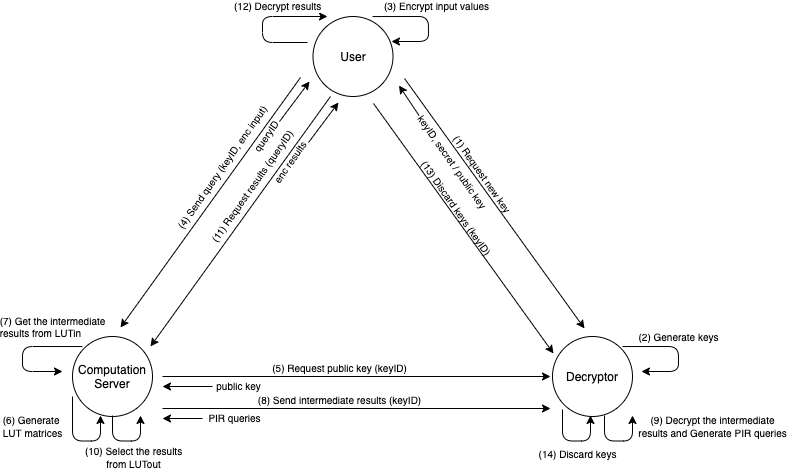
Before: doc/spec-ja/source/images/fhetbl_design-flow.png, a diagram exported from draw.io (iihiro/FHE-Table-Search). Source tidied: cells renumbered, new cells last; positions are measured from the earlier drawing's top-left corner, leaving out a move shared by most shapes.
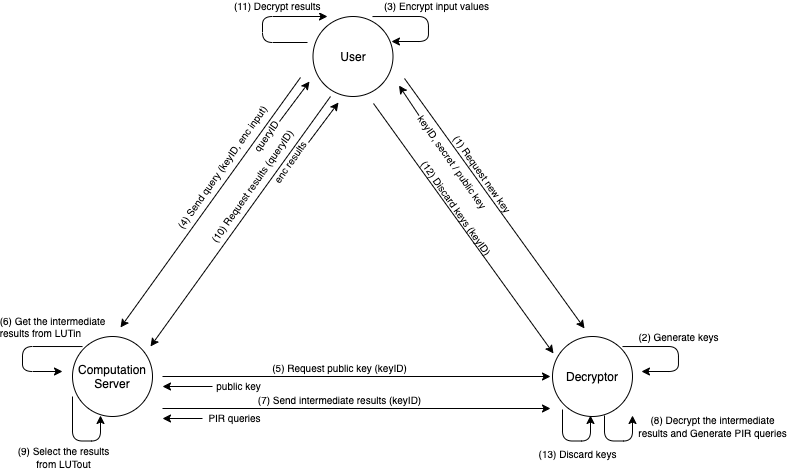
After the commit.

What changed in the source:
```diff
@@ -44,7 +44,7 @@
         <mxPoint x="-4.8" y="-16.1" as="offset" />
       </mxGeometry>
     </mxCell>
-    <mxCell id="9" value="&lt;div style=&quot;text-align: left ; font-size: 10px&quot;&gt;(7) Get the intermediate&lt;/div&gt;&lt;div style=&quot;text-align: left ; font-size: 10px&quot;&gt;results from LUTin&lt;/div&gt;" style="endArrow=classic;html=1;exitX=0.763;exitY=0.063;exitDx=0;exitDy=0;strokeColor=#000000;fontColor=#000000;exitPerimeter=0;labelBackgroundColor=none;" parent="1" edge="1">
+    <mxCell id="9" value="&lt;div style=&quot;text-align: left ; font-size: 10px&quot;&gt;(6) Get the intermediate&lt;/div&gt;&lt;div style=&quot;text-align: left ; font-size: 10px&quot;&gt;results from LUTin&lt;/div&gt;" style="endArrow=classic;html=1;exitX=0.763;exitY=0.063;exitDx=0;exitDy=0;strokeColor=#000000;fontColor=#000000;exitPerimeter=0;labelBackgroundColor=none;" parent="1" edge="1">
       <mxGeometry x="-0.52" y="-20" relative="1" as="geometry">
         <mxPoint x="60" y="330" as="sourcePoint" />
         <mxPoint x="40" y="355" as="targetPoint" />
@@ -82,12 +82,12 @@
         <mxPoint x="528" y="392" as="targetPoint" />
       </mxGeometry>
     </mxCell>
-    <mxCell id="15" value="&lt;font style=&quot;font-size: 10px&quot;&gt;(8) Send intermediate results (keyID)&lt;/font&gt;" style="text;html=1;align=center;verticalAlign=middle;labelBackgroundColor=#ffffff;" parent="14" vertex="1">
+    <mxCell id="15" value="&lt;font style=&quot;font-size: 10px&quot;&gt;(7) Send intermediate results (keyID)&lt;/font&gt;" style="text;html=1;align=center;verticalAlign=middle;labelBackgroundColor=#ffffff;" parent="14" vertex="1">
       <mxGeometry x="-0.15" relative="1" as="geometry">
         <mxPoint x="11" y="-10" as="offset" />
       </mxGeometry>
     </mxCell>
-    <mxCell id="16" value="&lt;span style=&quot;font-size: 9px&quot;&gt;(14) Discard keys&lt;br&gt;&lt;/span&gt;" style="endArrow=classic;html=1;strokeColor=#000000;fontColor=#000000;" parent="1" edge="1">
+    <mxCell id="16" value="&lt;span style=&quot;font-size: 9px&quot;&gt;(13) Discard keys&lt;br&gt;&lt;/span&gt;" style="endArrow=classic;html=1;strokeColor=#000000;fontColor=#000000;" parent="1" edge="1">
       <mxGeometry x="0.4" y="19" relative="1" as="geometry">
         <mxPoint x="540" y="393" as="sourcePoint" />
         <mxPoint x="568" y="399" as="targetPoint" />
@@ -98,13 +98,14 @@
         <mxPoint x="-13" y="32" as="offset" />
       </mxGeometry>
     </mxCell>
-    <mxCell id="17" value="&lt;span style=&quot;font-size: 9px&quot;&gt;(6) Generate &lt;br&gt;LUT matrices&lt;br&gt;&lt;/span&gt;" style="endArrow=classic;html=1;strokeColor=#000000;fontColor=#000000;exitX=0;exitY=0.75;exitDx=0;exitDy=0;exitPerimeter=0;" parent="1" edge="1" source="3">
-      <mxGeometry x="-0.39" y="-40" relative="1" as="geometry">
+    <mxCell id="17" value="&lt;span style=&quot;font-size: 9px&quot;&gt;(9) Select the results&lt;/span&gt;&lt;br style=&quot;font-size: 9px&quot;&gt;&lt;span style=&quot;font-size: 9px&quot;&gt;from LUTout&lt;/span&gt;&lt;span style=&quot;font-size: 9px&quot;&gt;&lt;br&gt;&lt;/span&gt;" style="endArrow=classic;html=1;strokeColor=#000000;fontColor=#000000;exitX=0;exitY=0.75;exitDx=0;exitDy=0;exitPerimeter=0;labelBackgroundColor=none;" parent="1" edge="1" source="3">
+      <mxGeometry x="-0.09" y="-18" relative="1" as="geometry">
         <mxPoint x="78" y="399" as="targetPoint" />
         <Array as="points">
           <mxPoint x="50" y="424.5" />
           <mxPoint x="78" y="424.5" />
         </Array>
+        <mxPoint x="-10" y="-2" as="offset" />
       </mxGeometry>
     </mxCell>
     <mxCell id="18" style="endArrow=classic;html=1;" parent="1" edge="1">
@@ -113,12 +114,12 @@
         <mxPoint x="128" y="330" as="targetPoint" />
       </mxGeometry>
     </mxCell>
-    <mxCell id="19" value="&lt;font style=&quot;font-size: 10px&quot;&gt;(11) Request results (queryID)&lt;/font&gt;" style="text;html=1;align=center;verticalAlign=middle;labelBackgroundColor=#ffffff;rotation=-55;" parent="18" vertex="1">
+    <mxCell id="19" value="&lt;font style=&quot;font-size: 10px&quot;&gt;(10) Request results (queryID)&lt;/font&gt;" style="text;html=1;align=center;verticalAlign=middle;labelBackgroundColor=#ffffff;rotation=-55;" parent="18" vertex="1">
       <mxGeometry x="-0.15" y="1" relative="1" as="geometry">
         <mxPoint x="-4.8" y="-16.1" as="offset" />
       </mxGeometry>
     </mxCell>
-    <mxCell id="20" value="&lt;font style=&quot;font-size: 9px&quot;&gt;(12) Decrypt results&lt;/font&gt;" style="endArrow=classic;html=1;entryX=0.275;entryY=0.025;entryDx=0;entryDy=0;exitX=0.025;exitY=0.35;exitDx=0;exitDy=0;strokeColor=#000000;fontColor=#000000;exitPerimeter=0;entryPerimeter=0;align=left;" parent="1" edge="1">
+    <mxCell id="20" value="&lt;font style=&quot;font-size: 9px&quot;&gt;(11) Decrypt results&lt;/font&gt;" style="endArrow=classic;html=1;entryX=0.275;entryY=0.025;entryDx=0;entryDy=0;exitX=0.025;exitY=0.35;exitDx=0;exitDy=0;strokeColor=#000000;fontColor=#000000;exitPerimeter=0;entryPerimeter=0;align=left;" parent="1" edge="1">
       <mxGeometry x="0.04" y="32" relative="1" as="geometry">
         <mxPoint x="285" y="26" as="sourcePoint" />
         <mxPoint x="305" as="targetPoint" />
@@ -151,7 +152,7 @@
         <mxPoint x="-38.2" y="42.6" as="offset" />
       </mxGeometry>
     </mxCell>
-    <mxCell id="25" value="&lt;span style=&quot;font-size: 9px&quot;&gt;(9) Decrypt the intermediate&lt;br&gt;results&amp;nbsp;and Generate PIR queries&lt;br&gt;&lt;/span&gt;" style="endArrow=classic;html=1;strokeColor=#000000;fontColor=#000000;labelBackgroundColor=none;" parent="1" edge="1">
+    <mxCell id="25" value="&lt;span style=&quot;font-size: 9px&quot;&gt;(8) Decrypt the intermediate&lt;br&gt;results&amp;nbsp;and Generate PIR queries&lt;br&gt;&lt;/span&gt;" style="endArrow=classic;html=1;strokeColor=#000000;fontColor=#000000;labelBackgroundColor=none;" parent="1" edge="1">
       <mxGeometry x="0.72" y="-80" relative="1" as="geometry">
         <mxPoint x="582" y="399" as="sourcePoint" />
         <mxPoint x="610" y="399" as="targetPoint" />
@@ -194,27 +195,16 @@
         <mxPoint x="45.3" y="63.1" as="offset" />
       </mxGeometry>
     </mxCell>
-    <mxCell id="32" value="&lt;span style=&quot;font-size: 9px&quot;&gt;(10) Select the results&lt;br&gt;from LUTout&lt;br&gt;&lt;/span&gt;" style="endArrow=classic;html=1;strokeColor=#000000;fontColor=#000000;" parent="1" edge="1">
-      <mxGeometry x="0.35" y="17" relative="1" as="geometry">
-        <mxPoint x="90" y="399" as="sourcePoint" />
-        <mxPoint x="118" y="399" as="targetPoint" />
-        <Array as="points">
-          <mxPoint x="90" y="424.5" />
-          <mxPoint x="118" y="424.5" />
-        </Array>
-        <mxPoint x="-7" y="33" as="offset" />
+    <mxCell id="32" style="endArrow=classic;html=1;" parent="1" edge="1">
+      <mxGeometry relative="1" as="geometry">
+        <mxPoint x="351" y="87" as="sourcePoint" />
+        <mxPoint x="531" y="337" as="targetPoint" />
       </mxGeometry>
     </mxCell>
-    <mxCell id="33" style="endArrow=classic;html=1;" parent="1" edge="1">
-      <mxGeometry relative="1" as="geometry">
-        <mxPoint x="351" y="87" as="sourcePoint" />
-        <mxPoint x="531" y="337" as="targetPoint" />
+    <mxCell id="33" value="&lt;font style=&quot;font-size: 10px&quot;&gt;(12) Discard keys (keyID)&lt;/font&gt;" style="text;html=1;align=center;verticalAlign=middle;labelBackgroundColor=none;rotation=55;" parent="32" vertex="1">
+      <mxGeometry x="-0.15" y="1" relative="1" as="geometry">
+        <mxPoint x="7.2" y="-1.9" as="offset" />
       </mxGeometry>
     </mxCell>
-    <mxCell id="34" value="&lt;font style=&quot;font-size: 10px&quot;&gt;(13) Discard keys (keyID)&lt;/font&gt;" style="text;html=1;align=center;verticalAlign=middle;labelBackgroundColor=none;rotation=55;" parent="33" vertex="1">
-      <mxGeometry x="-0.15" y="1" relative="1" as="geometry">
-        <mxPoint x="7.2" y="-1.9" as="offset" />
-      </mxGeometry>
-    </mxCell>
   </root>
 </mxGraphModel>
```
